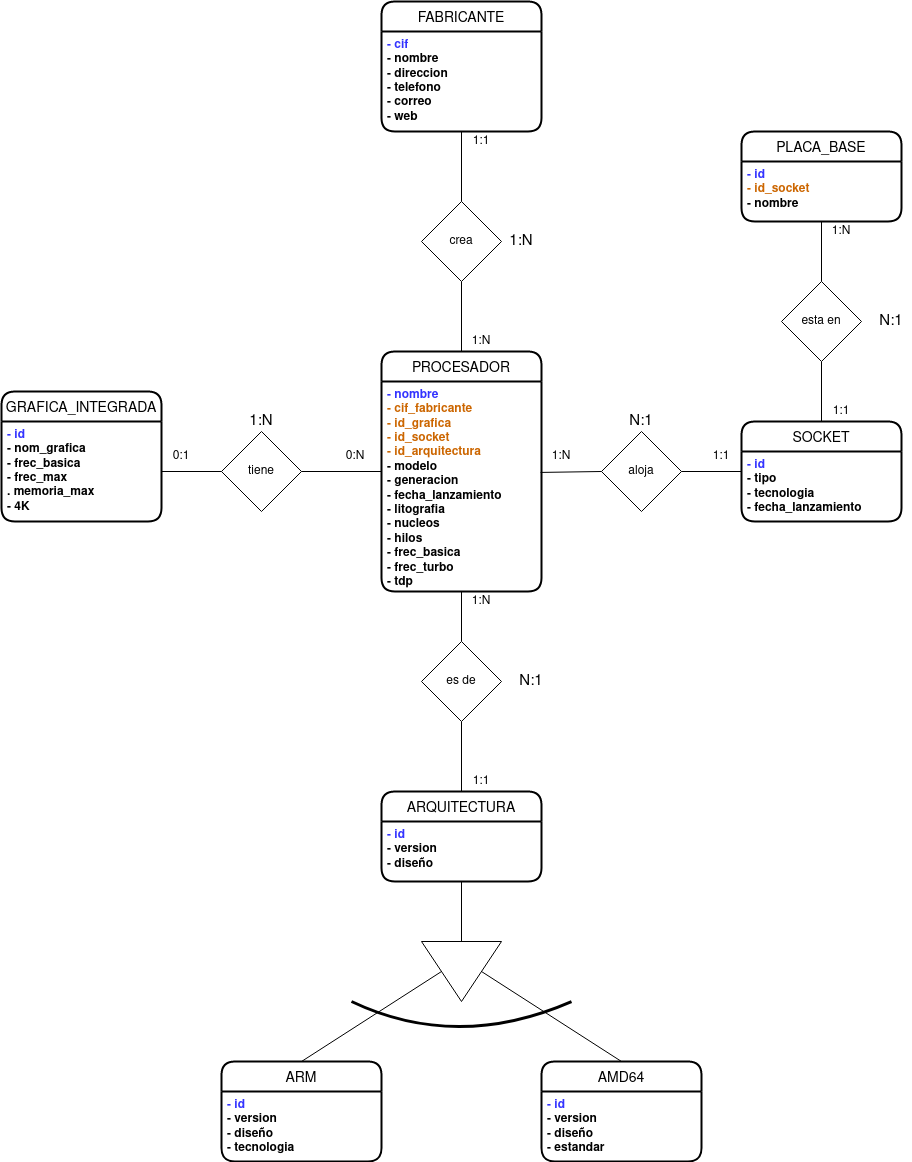
Before: images/Trabajo_Final_BAE(3).png, a diagram exported from draw.io (Alejandro1901/ProcesadoresDB). Source tidied: cells renumbered, new cells last; positions are measured from the earlier drawing's top-left corner, leaving out a move shared by most shapes.
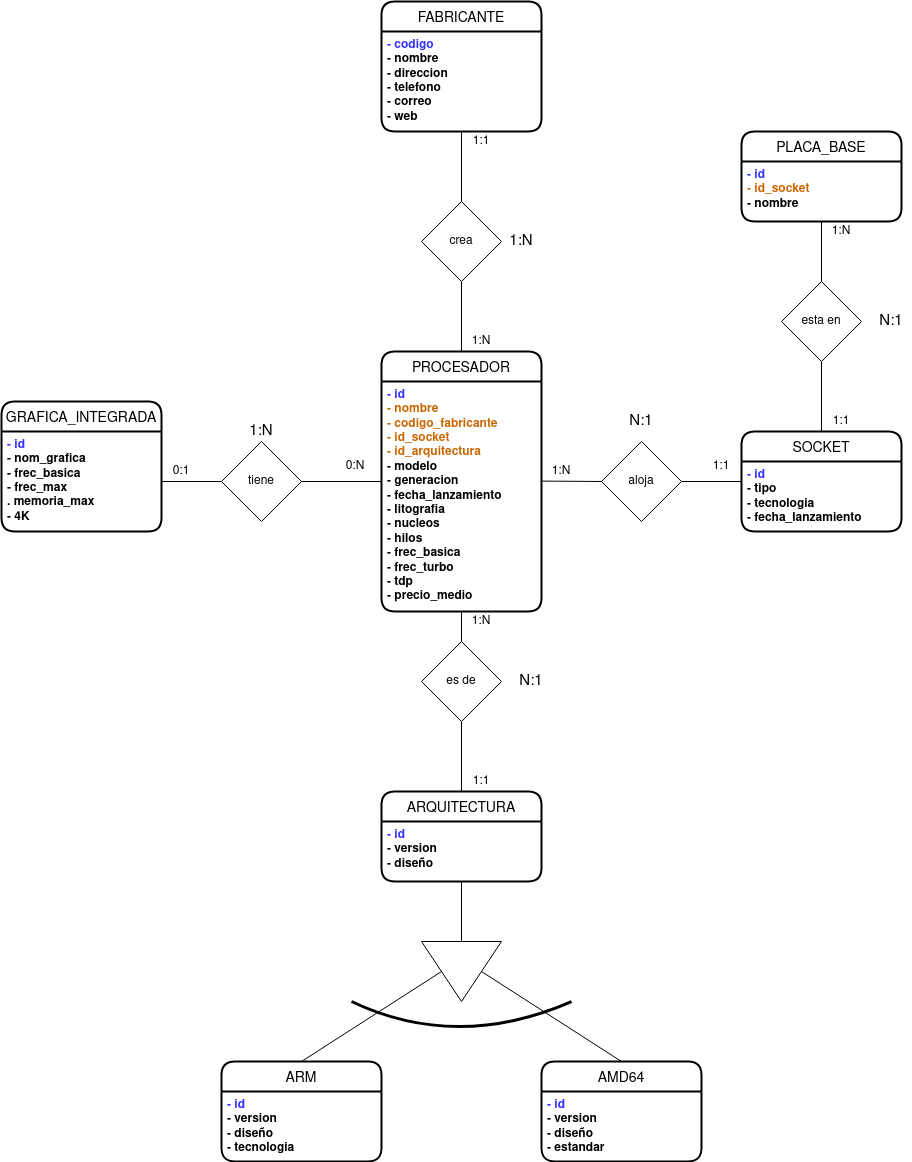
The same file after the commit.

The edit, as a diff of the source:
```diff
@@ -3,19 +3,19 @@
     <mxCell id="0" />
     <mxCell id="1" parent="0" />
     <mxCell id="2" value="PROCESADOR" style="swimlane;horizontal=1;startSize=30;rounded=1;fontSize=14;fontStyle=0;strokeWidth=2;shadow=0;dashed=0;align=center;" parent="1" vertex="1">
-      <mxGeometry x="380" y="350" width="160" height="240" as="geometry" />
+      <mxGeometry x="380" y="350" width="160" height="260" as="geometry" />
     </mxCell>
-    <mxCell id="3" value="- nombre&lt;br&gt;&lt;font color=&quot;#CC6600&quot;&gt;- cif_fabricante&lt;br&gt;- id_grafica&lt;br&gt;- id_socket&lt;br&gt;&lt;/font&gt;&lt;div&gt;&lt;font color=&quot;#CC6600&quot;&gt;- id_arquitectura&lt;/font&gt;&lt;/div&gt;&lt;div&gt;&lt;font color=&quot;#CC6600&quot;&gt;&lt;font color=&quot;#000000&quot;&gt;- modelo&lt;/font&gt;&lt;/font&gt;&lt;/div&gt;&lt;div&gt;&lt;font color=&quot;#CC6600&quot;&gt;&lt;font color=&quot;#000000&quot;&gt;- generacion&lt;/font&gt;&lt;/font&gt;&lt;/div&gt;&lt;div&gt;&lt;font color=&quot;#CC6600&quot;&gt;&lt;font color=&quot;#000000&quot;&gt;- fecha_lanzamiento&lt;/font&gt;&lt;/font&gt;&lt;/div&gt;&lt;div&gt;&lt;font color=&quot;#CC6600&quot;&gt;&lt;font color=&quot;#000000&quot;&gt;- litografia&lt;/font&gt;&lt;/font&gt;&lt;/div&gt;&lt;div&gt;&lt;font color=&quot;#CC6600&quot;&gt;&lt;font color=&quot;#000000&quot;&gt;- nucleos&lt;/font&gt;&lt;/font&gt;&lt;/div&gt;&lt;div&gt;&lt;font color=&quot;#CC6600&quot;&gt;&lt;font color=&quot;#000000&quot;&gt;- hilos&lt;/font&gt;&lt;/font&gt;&lt;/div&gt;&lt;div&gt;&lt;font color=&quot;#CC6600&quot;&gt;&lt;font color=&quot;#000000&quot;&gt;- frec_basica&lt;/font&gt;&lt;/font&gt;&lt;/div&gt;&lt;div&gt;&lt;font color=&quot;#CC6600&quot;&gt;&lt;font color=&quot;#000000&quot;&gt;- frec_turbo&lt;/font&gt;&lt;/font&gt;&lt;/div&gt;&lt;div&gt;&lt;font color=&quot;#CC6600&quot;&gt;&lt;font color=&quot;#000000&quot;&gt;- tdp&lt;/font&gt;&lt;/font&gt;&lt;/div&gt;" style="align=left;strokeColor=none;fillColor=none;spacingLeft=4;fontSize=12;verticalAlign=top;fontStyle=1;fontColor=#3333FF;html=1;" parent="2" vertex="1">
-      <mxGeometry y="30" width="160" height="210" as="geometry" />
+    <mxCell id="3" value="&lt;div&gt;- id&lt;br&gt;&lt;/div&gt;&lt;div&gt;&lt;font color=&quot;#CC6600&quot;&gt;- nombre&lt;/font&gt;&lt;/div&gt;&lt;font color=&quot;#CC6600&quot;&gt;- codigo_fabricante&lt;br&gt;- id_socket&lt;br&gt;&lt;/font&gt;&lt;div&gt;&lt;font color=&quot;#CC6600&quot;&gt;- id_arquitectura&lt;/font&gt;&lt;/div&gt;&lt;div&gt;&lt;font color=&quot;#CC6600&quot;&gt;&lt;font color=&quot;#000000&quot;&gt;- modelo&lt;/font&gt;&lt;/font&gt;&lt;/div&gt;&lt;div&gt;&lt;font color=&quot;#CC6600&quot;&gt;&lt;font color=&quot;#000000&quot;&gt;- generacion&lt;/font&gt;&lt;/font&gt;&lt;/div&gt;&lt;div&gt;&lt;font color=&quot;#CC6600&quot;&gt;&lt;font color=&quot;#000000&quot;&gt;- fecha_lanzamiento&lt;/font&gt;&lt;/font&gt;&lt;/div&gt;&lt;div&gt;&lt;font color=&quot;#CC6600&quot;&gt;&lt;font color=&quot;#000000&quot;&gt;- litografia&lt;/font&gt;&lt;/font&gt;&lt;/div&gt;&lt;div&gt;&lt;font color=&quot;#CC6600&quot;&gt;&lt;font color=&quot;#000000&quot;&gt;- nucleos&lt;/font&gt;&lt;/font&gt;&lt;/div&gt;&lt;div&gt;&lt;font color=&quot;#CC6600&quot;&gt;&lt;font color=&quot;#000000&quot;&gt;- hilos&lt;/font&gt;&lt;/font&gt;&lt;/div&gt;&lt;div&gt;&lt;font color=&quot;#CC6600&quot;&gt;&lt;font color=&quot;#000000&quot;&gt;- frec_basica&lt;/font&gt;&lt;/font&gt;&lt;/div&gt;&lt;div&gt;&lt;font color=&quot;#CC6600&quot;&gt;&lt;font color=&quot;#000000&quot;&gt;- frec_turbo&lt;/font&gt;&lt;/font&gt;&lt;/div&gt;&lt;div&gt;&lt;font color=&quot;#CC6600&quot;&gt;&lt;font color=&quot;#000000&quot;&gt;- tdp&lt;/font&gt;&lt;/font&gt;&lt;/div&gt;&lt;div&gt;&lt;font color=&quot;#000000&quot;&gt;- precio_medio&lt;/font&gt;&lt;br&gt;&lt;/div&gt;" style="align=left;strokeColor=none;fillColor=none;spacingLeft=4;fontSize=12;verticalAlign=top;fontStyle=1;fontColor=#3333FF;html=1;" parent="2" vertex="1">
+      <mxGeometry y="30" width="160" height="230" as="geometry" />
     </mxCell>
     <mxCell id="4" value="GRAFICA_INTEGRADA" style="swimlane;horizontal=1;startSize=30;rounded=1;fontSize=14;fontStyle=0;strokeWidth=2;shadow=0;dashed=0;align=center;" parent="1" vertex="1">
-      <mxGeometry y="390" width="160" height="130" as="geometry" />
+      <mxGeometry y="400" width="160" height="130" as="geometry" />
     </mxCell>
     <mxCell id="5" value="&lt;div&gt;- id&lt;/div&gt;&lt;div&gt;&lt;font color=&quot;#000000&quot;&gt;- nom_grafica&lt;/font&gt;&lt;/div&gt;&lt;div&gt;&lt;font color=&quot;#000000&quot;&gt;- frec_basica&lt;/font&gt;&lt;/div&gt;&lt;div&gt;&lt;font color=&quot;#000000&quot;&gt;- frec_max&lt;/font&gt;&lt;/div&gt;&lt;div&gt;&lt;font color=&quot;#000000&quot;&gt;. memoria_max&lt;/font&gt;&lt;/div&gt;&lt;div&gt;&lt;font color=&quot;#000000&quot;&gt;- 4K&lt;/font&gt;&lt;br&gt;&lt;/div&gt;" style="align=left;strokeColor=none;fillColor=none;spacingLeft=4;fontSize=12;verticalAlign=top;fontStyle=1;fontColor=#3333FF;html=1;" parent="4" vertex="1">
       <mxGeometry y="30" width="160" height="100" as="geometry" />
     </mxCell>
     <mxCell id="6" value="SOCKET" style="swimlane;horizontal=1;startSize=30;rounded=1;fontSize=14;fontStyle=0;strokeWidth=2;shadow=0;dashed=0;align=center;" parent="1" vertex="1">
-      <mxGeometry x="740" y="420" width="160" height="100" as="geometry" />
+      <mxGeometry x="740" y="430" width="160" height="100" as="geometry" />
     </mxCell>
     <mxCell id="7" value="&lt;div&gt;- id&lt;/div&gt;&lt;div&gt;&lt;font color=&quot;#000000&quot;&gt;- tipo&lt;/font&gt;&lt;/div&gt;&lt;div&gt;&lt;font color=&quot;#000000&quot;&gt;- tecnologia&lt;/font&gt;&lt;/div&gt;&lt;div&gt;&lt;font color=&quot;#000000&quot;&gt;- fecha_lanzamiento&lt;/font&gt;&lt;br&gt;&lt;/div&gt;" style="align=left;strokeColor=none;fillColor=none;spacingLeft=4;fontSize=12;verticalAlign=top;fontStyle=1;fontColor=#3333FF;html=1;" parent="6" vertex="1">
       <mxGeometry y="30" width="160" height="70" as="geometry" />
@@ -23,7 +23,7 @@
     <mxCell id="8" value="FABRICANTE" style="swimlane;horizontal=1;startSize=30;rounded=1;fontSize=14;fontStyle=0;strokeWidth=2;shadow=0;dashed=0;align=center;" parent="1" vertex="1">
       <mxGeometry x="380" width="160" height="130" as="geometry" />
     </mxCell>
-    <mxCell id="9" value="&lt;div&gt;- cif&lt;/div&gt;&lt;div&gt;&lt;font color=&quot;#000000&quot;&gt;- nombre&lt;/font&gt;&lt;/div&gt;&lt;div&gt;&lt;font color=&quot;#000000&quot;&gt;- direccion&lt;/font&gt;&lt;/div&gt;&lt;div&gt;&lt;font color=&quot;#000000&quot;&gt;- telefono&lt;/font&gt;&lt;/div&gt;&lt;div&gt;&lt;font color=&quot;#000000&quot;&gt;- correo&lt;/font&gt;&lt;/div&gt;&lt;div&gt;&lt;font color=&quot;#000000&quot;&gt;- web&lt;/font&gt;&lt;br&gt;&lt;/div&gt;" style="align=left;strokeColor=none;fillColor=none;spacingLeft=4;fontSize=12;verticalAlign=top;fontStyle=1;fontColor=#3333FF;html=1;" parent="8" vertex="1">
+    <mxCell id="9" value="&lt;div&gt;- codigo&lt;/div&gt;&lt;div&gt;&lt;font color=&quot;#000000&quot;&gt;- nombre&lt;/font&gt;&lt;/div&gt;&lt;div&gt;&lt;font color=&quot;#000000&quot;&gt;- direccion&lt;/font&gt;&lt;/div&gt;&lt;div&gt;&lt;font color=&quot;#000000&quot;&gt;- telefono&lt;/font&gt;&lt;/div&gt;&lt;div&gt;&lt;font color=&quot;#000000&quot;&gt;- correo&lt;/font&gt;&lt;/div&gt;&lt;div&gt;&lt;font color=&quot;#000000&quot;&gt;- web&lt;/font&gt;&lt;br&gt;&lt;/div&gt;" style="align=left;strokeColor=none;fillColor=none;spacingLeft=4;fontSize=12;verticalAlign=top;fontStyle=1;fontColor=#3333FF;html=1;" parent="8" vertex="1">
       <mxGeometry y="30" width="160" height="100" as="geometry" />
     </mxCell>
     <mxCell id="10" value="ARQUITECTURA" style="swimlane;horizontal=1;startSize=30;rounded=1;fontSize=14;fontStyle=0;strokeWidth=2;shadow=0;dashed=0;align=center;" parent="1" vertex="1">
@@ -45,7 +45,7 @@
       <mxGeometry y="30" width="160" height="70" as="geometry" />
     </mxCell>
     <mxCell id="16" value="&lt;div align=&quot;center&quot;&gt;tiene&lt;/div&gt;" style="rhombus;whiteSpace=wrap;html=1;align=center;" parent="1" vertex="1">
-      <mxGeometry x="220" y="430" width="80" height="80" as="geometry" />
+      <mxGeometry x="220" y="440" width="80" height="80" as="geometry" />
     </mxCell>
     <mxCell id="17" style="endArrow=none;html=1;fontColor=#000000;exitX=1;exitY=0.5;exitDx=0;exitDy=0;entryX=0;entryY=0.5;entryDx=0;entryDy=0;" parent="1" edge="1" source="16" target="2">
       <mxGeometry relative="1" as="geometry" />
@@ -54,7 +54,7 @@
       <mxGeometry relative="1" as="geometry" />
     </mxCell>
     <mxCell id="19" value="&lt;div align=&quot;center&quot;&gt;aloja&lt;/div&gt;" style="rhombus;whiteSpace=wrap;html=1;fontColor=#000000;align=center;" parent="1" vertex="1">
-      <mxGeometry x="600" y="430" width="80" height="80" as="geometry" />
+      <mxGeometry x="600" y="440" width="80" height="80" as="geometry" />
     </mxCell>
     <mxCell id="20" value="crea" style="rhombus;whiteSpace=wrap;html=1;fontColor=#000000;align=center;" parent="1" vertex="1">
       <mxGeometry x="420" y="200" width="80" height="80" as="geometry" />
@@ -111,16 +111,16 @@
       <mxGeometry x="500" y="230" width="40" height="20" as="geometry" />
     </mxCell>
     <mxCell id="36" value="0:1" style="text;html=1;strokeColor=none;fillColor=none;align=center;verticalAlign=middle;whiteSpace=wrap;rounded=0;fontColor=#000000;" parent="1" vertex="1">
-      <mxGeometry x="160" y="445" width="40" height="20" as="geometry" />
+      <mxGeometry x="160" y="460" width="40" height="20" as="geometry" />
     </mxCell>
     <mxCell id="37" value="0:N" style="text;html=1;strokeColor=none;fillColor=none;align=center;verticalAlign=middle;whiteSpace=wrap;rounded=0;fontColor=#000000;" parent="1" vertex="1">
-      <mxGeometry x="334" y="445" width="40" height="20" as="geometry" />
+      <mxGeometry x="334" y="455" width="40" height="20" as="geometry" />
     </mxCell>
     <mxCell id="38" value="&lt;font style=&quot;font-size: 15px&quot;&gt;1:N&lt;/font&gt;" style="text;html=1;strokeColor=none;fillColor=none;align=center;verticalAlign=middle;whiteSpace=wrap;rounded=0;fontColor=#000000;" parent="1" vertex="1">
-      <mxGeometry x="240" y="410" width="40" height="20" as="geometry" />
+      <mxGeometry x="240" y="420" width="40" height="20" as="geometry" />
     </mxCell>
     <mxCell id="39" value="1:1" style="text;html=1;strokeColor=none;fillColor=none;align=center;verticalAlign=middle;whiteSpace=wrap;rounded=0;fontColor=#000000;" parent="1" vertex="1">
-      <mxGeometry x="700" y="445" width="40" height="20" as="geometry" />
+      <mxGeometry x="700" y="455" width="40" height="20" as="geometry" />
     </mxCell>
     <mxCell id="40" value="PLACA_BASE" style="swimlane;horizontal=1;startSize=30;rounded=1;fontSize=14;fontStyle=0;strokeWidth=2;shadow=0;dashed=0;align=center;" parent="1" vertex="1">
       <mxGeometry x="740" y="130" width="160" height="90" as="geometry" />
@@ -138,13 +138,13 @@
       <mxGeometry relative="1" as="geometry" />
     </mxCell>
     <mxCell id="45" value="1:N" style="text;html=1;strokeColor=none;fillColor=none;align=center;verticalAlign=middle;whiteSpace=wrap;rounded=0;fontColor=#000000;" parent="1" vertex="1">
-      <mxGeometry x="540" y="445" width="40" height="20" as="geometry" />
+      <mxGeometry x="540" y="460" width="40" height="20" as="geometry" />
     </mxCell>
     <mxCell id="46" value="&lt;font style=&quot;font-size: 15px&quot;&gt;N:1&lt;/font&gt;" style="text;html=1;strokeColor=none;fillColor=none;align=center;verticalAlign=middle;whiteSpace=wrap;rounded=0;fontColor=#000000;" parent="1" vertex="1">
       <mxGeometry x="620" y="410" width="40" height="20" as="geometry" />
     </mxCell>
     <mxCell id="47" value="1:1" style="text;html=1;strokeColor=none;fillColor=none;align=center;verticalAlign=middle;whiteSpace=wrap;rounded=0;fontColor=#000000;" parent="1" vertex="1">
-      <mxGeometry x="820" y="400" width="40" height="20" as="geometry" />
+      <mxGeometry x="820" y="410" width="40" height="20" as="geometry" />
     </mxCell>
     <mxCell id="48" value="1:N" style="text;html=1;strokeColor=none;fillColor=none;align=center;verticalAlign=middle;whiteSpace=wrap;rounded=0;fontColor=#000000;" parent="1" vertex="1">
       <mxGeometry x="820" y="220" width="40" height="20" as="geometry" />
@@ -156,7 +156,7 @@
       <mxGeometry x="460" y="770" width="40" height="20" as="geometry" />
     </mxCell>
     <mxCell id="51" value="1:N" style="text;html=1;strokeColor=none;fillColor=none;align=center;verticalAlign=middle;whiteSpace=wrap;rounded=0;fontColor=#000000;" parent="1" vertex="1">
-      <mxGeometry x="460" y="590" width="40" height="20" as="geometry" />
+      <mxGeometry x="460" y="610" width="40" height="20" as="geometry" />
     </mxCell>
     <mxCell id="52" value="&lt;font style=&quot;font-size: 15px&quot;&gt;N:1&lt;/font&gt;" style="text;html=1;strokeColor=none;fillColor=none;align=center;verticalAlign=middle;whiteSpace=wrap;rounded=0;fontColor=#000000;" parent="1" vertex="1">
       <mxGeometry x="510" y="670" width="40" height="20" as="geometry" />
```
